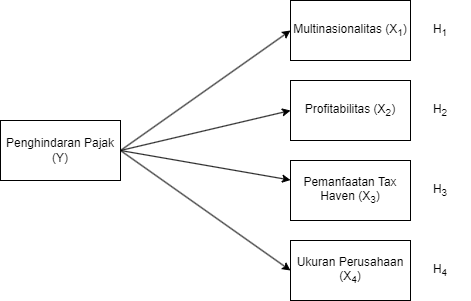
Before: Pengaruh Multinasionalisme Profitabilitas Tax Haven dan Ukuran Perusahaan Terhadap Penghindaran Pajak.png, a diagram exported from draw.io (mshane911/references). Source tidied: cells renumbered, new cells last; positions are measured from the earlier drawing's top-left corner, leaving out a move shared by most shapes. The source it was exported from:
```xml
<mxGraphModel>
  <root>
    <mxCell id="0" />
    <mxCell id="1" parent="0" />
    <mxCell id="2" value="Ukuran Perusahaan (X&lt;sub&gt;4&lt;/sub&gt;)" style="rounded=0;whiteSpace=wrap;html=1;" parent="1" vertex="1">
      <mxGeometry x="290" y="240" width="120" height="60" as="geometry" />
    </mxCell>
    <mxCell id="3" value="Pemanfaatan Tax Haven (X&lt;sub&gt;3&lt;/sub&gt;)" style="rounded=0;whiteSpace=wrap;html=1;" parent="1" vertex="1">
      <mxGeometry x="290" y="160" width="120" height="60" as="geometry" />
    </mxCell>
    <mxCell id="4" style="rounded=0;jettySize=auto;html=1;entryX=0;entryY=0.5;entryDx=0;entryDy=0;exitX=1;exitY=0.5;exitDx=0;exitDy=0;" parent="1" edge="1" source="8" target="10">
      <mxGeometry relative="1" as="geometry" />
    </mxCell>
    <mxCell id="5" style="rounded=0;jettySize=auto;html=1;exitX=1;exitY=0.5;exitDx=0;exitDy=0;entryX=0;entryY=0.5;entryDx=0;entryDy=0;" parent="1" edge="1" source="8" target="9">
      <mxGeometry relative="1" as="geometry" />
    </mxCell>
    <mxCell id="6" style="rounded=0;jettySize=auto;html=1;exitX=1;exitY=0.5;exitDx=0;exitDy=0;" parent="1" edge="1" source="8" target="3">
      <mxGeometry relative="1" as="geometry" />
    </mxCell>
    <mxCell id="7" style="rounded=0;jettySize=auto;html=1;exitX=1;exitY=0.5;exitDx=0;exitDy=0;entryX=0;entryY=0.5;entryDx=0;entryDy=0;" parent="1" edge="1" source="8" target="2">
      <mxGeometry relative="1" as="geometry" />
    </mxCell>
    <mxCell id="8" value="Penghindaran Pajak (Y)" style="rounded=0;whiteSpace=wrap;html=1;" parent="1" vertex="1">
      <mxGeometry y="120" width="120" height="60" as="geometry" />
    </mxCell>
    <mxCell id="9" value="Profitabilitas (X&lt;sub&gt;2&lt;/sub&gt;)" style="rounded=0;whiteSpace=wrap;html=1;" parent="1" vertex="1">
      <mxGeometry x="290" y="80" width="120" height="60" as="geometry" />
    </mxCell>
    <mxCell id="10" value="Multinasionalitas (X&lt;sub&gt;1&lt;/sub&gt;)" style="rounded=0;whiteSpace=wrap;html=1;" parent="1" vertex="1">
      <mxGeometry x="290" width="120" height="60" as="geometry" />
    </mxCell>
    <mxCell id="11" value="H&lt;sub&gt;1&lt;/sub&gt;" style="text;html=1;strokeColor=none;fillColor=none;align=center;verticalAlign=middle;whiteSpace=wrap;rounded=0;" parent="1" vertex="1">
      <mxGeometry x="410" y="15" width="60" height="30" as="geometry" />
    </mxCell>
    <mxCell id="12" value="H&lt;sub&gt;2&lt;/sub&gt;" style="text;html=1;strokeColor=none;fillColor=none;align=center;verticalAlign=middle;whiteSpace=wrap;rounded=0;" parent="1" vertex="1">
      <mxGeometry x="410" y="95" width="60" height="30" as="geometry" />
    </mxCell>
    <mxCell id="13" value="H&lt;sub&gt;3&lt;/sub&gt;" style="text;html=1;strokeColor=none;fillColor=none;align=center;verticalAlign=middle;whiteSpace=wrap;rounded=0;" parent="1" vertex="1">
      <mxGeometry x="410" y="175" width="60" height="30" as="geometry" />
    </mxCell>
    <mxCell id="14" value="H&lt;sub&gt;4&lt;/sub&gt;" style="text;html=1;strokeColor=none;fillColor=none;align=center;verticalAlign=middle;whiteSpace=wrap;rounded=0;" parent="1" vertex="1">
      <mxGeometry x="410" y="255" width="60" height="30" as="geometry" />
    </mxCell>
  </root>
</mxGraphModel>
```
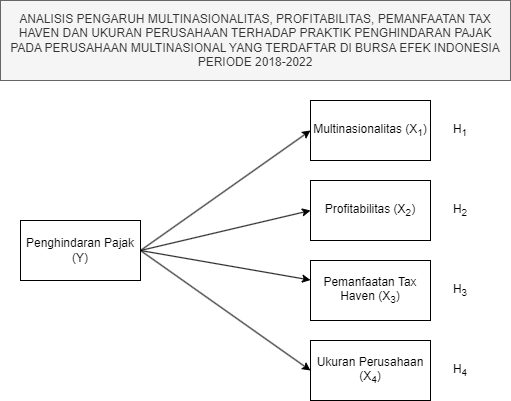
Later version of the same file.

Change to the diagram source:
```diff
@@ -41,5 +41,8 @@
     <mxCell id="14" value="H&lt;sub&gt;4&lt;/sub&gt;" style="text;html=1;strokeColor=none;fillColor=none;align=center;verticalAlign=middle;whiteSpace=wrap;rounded=0;" parent="1" vertex="1">
       <mxGeometry x="410" y="255" width="60" height="30" as="geometry" />
     </mxCell>
+    <mxCell id="15" value="ANALISIS PENGARUH MULTINASIONALITAS, PROFITABILITAS, PEMANFAATAN TAX HAVEN DAN UKURAN PERUSAHAAN TERHADAP PRAKTIK PENGHINDARAN PAJAK PADA PERUSAHAAN MULTINASIONAL YANG TERDAFTAR DI BURSA EFEK INDONESIA PERIODE 2018-2022" style="text;html=1;align=center;verticalAlign=middle;whiteSpace=wrap;rounded=0;strokeColor=#666666;strokeWidth=1;perimeterSpacing=0;spacingLeft=1;spacingRight=1;spacingTop=1;spacingBottom=1;fillColor=#f5f5f5;gradientDirection=west;fontColor=#333333;" parent="1" vertex="1">
+      <mxGeometry x="-20" y="-100" width="510" height="80" as="geometry" />
+    </mxCell>
   </root>
 </mxGraphModel>
```
